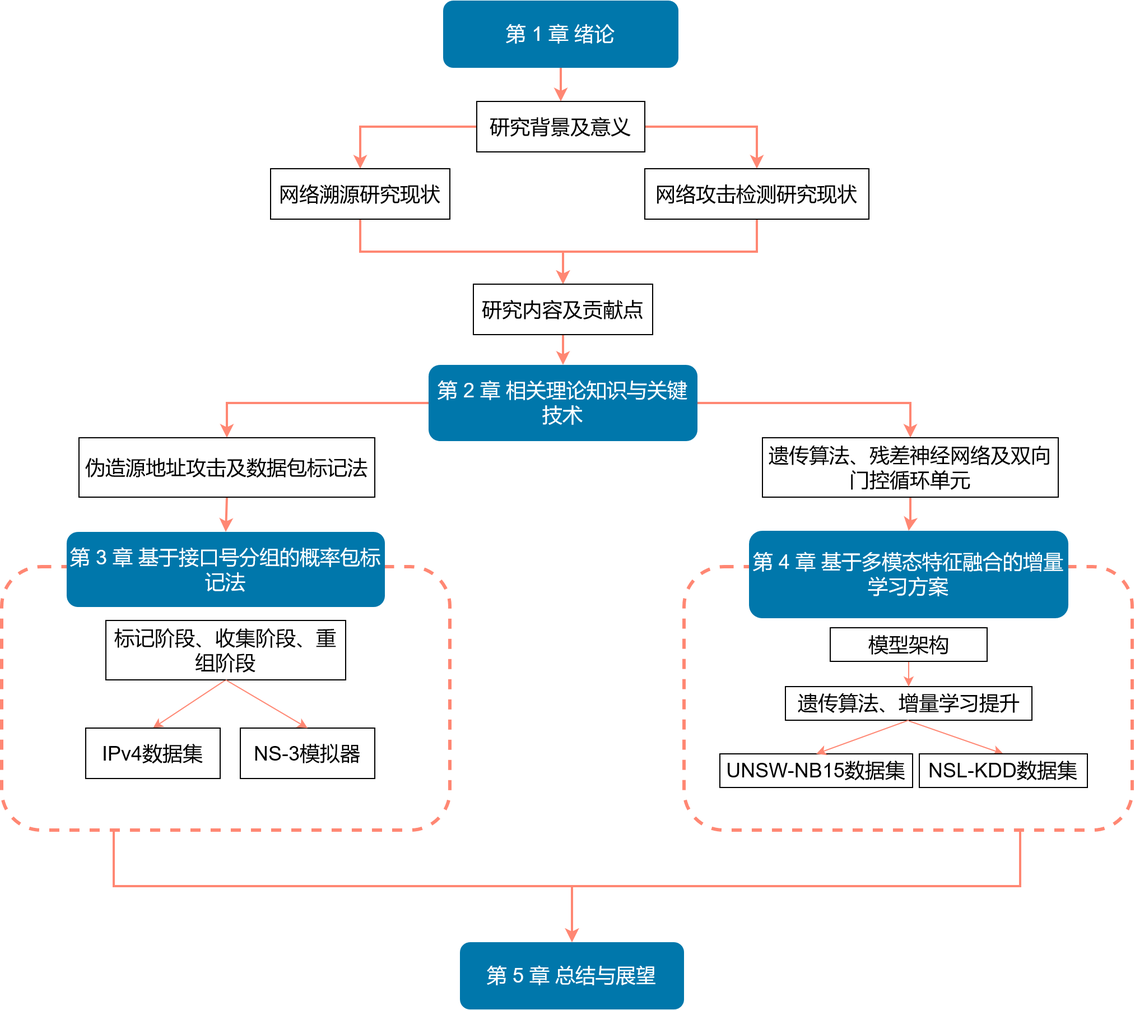
The draw.io diagram figures/paper_structure.drawio.png in henryang1833/zzuthesis, before a commit. Source tidied: cells renumbered, new cells last; positions are measured from the earlier drawing's top-left corner, leaving out a move shared by most shapes.
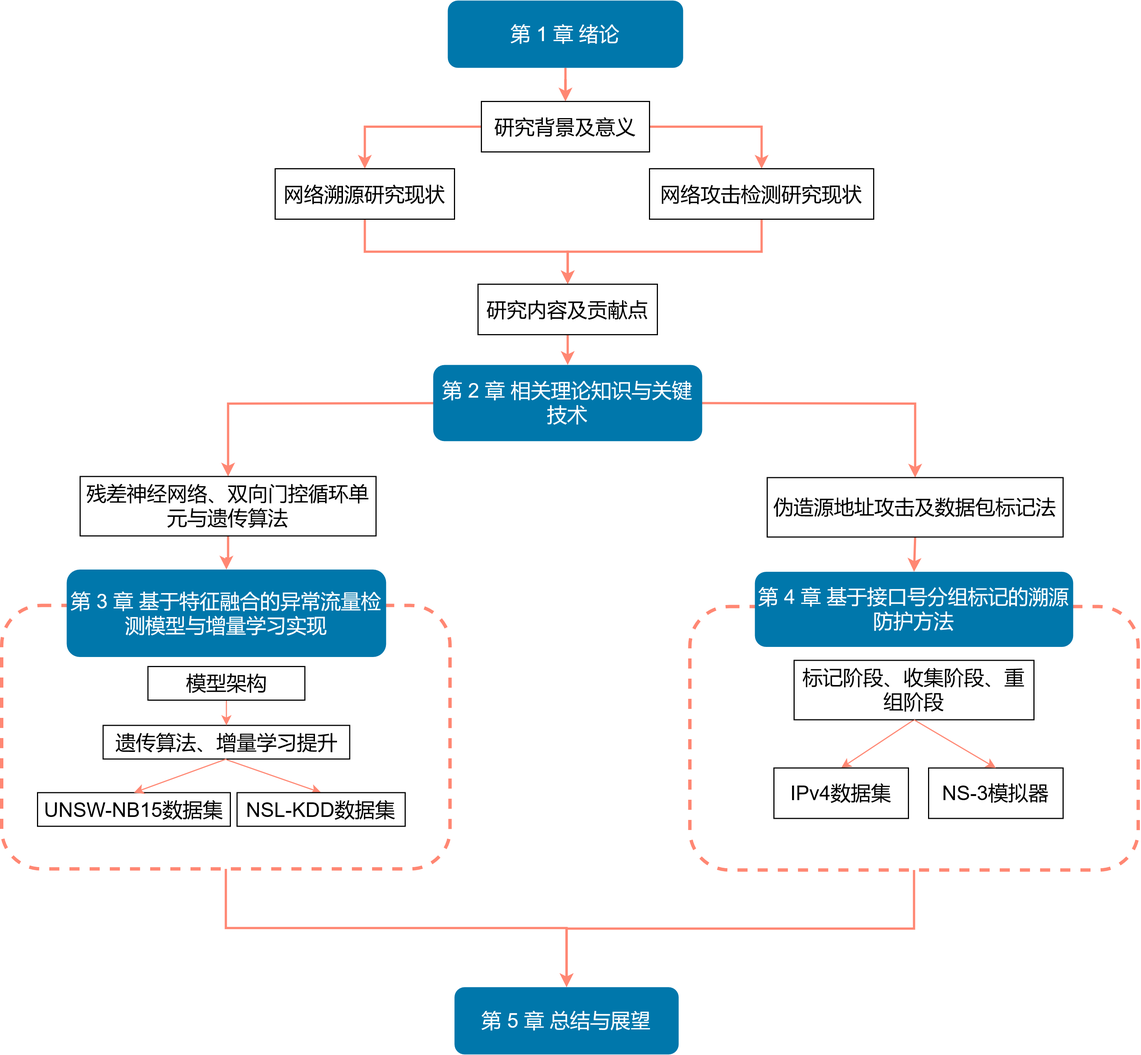
The same diagram one commit later.

Change to the diagram source:
```diff
@@ -2,18 +2,18 @@
   <root>
     <mxCell id="0" />
     <mxCell id="1" parent="0" />
+    <mxCell id="5" style="edgeStyle=orthogonalEdgeStyle;rounded=0;jettySize=auto;html=1;exitX=0.5;exitY=1;exitDx=0;exitDy=0;entryX=0.5;entryY=0;entryDx=0;entryDy=0;strokeColor=#FF8773;strokeWidth=2;" parent="1" edge="1" source="2" target="26">
+      <mxGeometry relative="1" as="geometry" />
+    </mxCell>
     <mxCell id="2" style="rounded=1;whiteSpace=wrap;html=1;fillColor=none;dashed=1;strokeWidth=3;strokeColor=#ff8773;fontSize=18;fontStyle=0;" parent="1" vertex="1">
-      <mxGeometry y="505" width="400" height="235" as="geometry" />
+      <mxGeometry x="610" y="540.5" width="400" height="235" as="geometry" />
     </mxCell>
-    <mxCell id="3" style="rounded=0;jettySize=auto;html=1;exitX=0.75;exitY=1;exitDx=0;exitDy=0;entryX=0.5;entryY=0;entryDx=0;entryDy=0;strokeColor=#ff8773;strokeWidth=2;fontSize=18;fontStyle=0;edgeStyle=orthogonalEdgeStyle;" parent="1" edge="1" source="4" target="26">
+    <mxCell id="3" style="edgeStyle=orthogonalEdgeStyle;rounded=0;jettySize=auto;html=1;exitX=0.5;exitY=1;exitDx=0;exitDy=0;entryX=0.5;entryY=0;entryDx=0;entryDy=0;strokeColor=#FF8773;strokeWidth=2;" parent="1" edge="1" source="4" target="26">
       <mxGeometry relative="1" as="geometry" />
     </mxCell>
     <mxCell id="4" style="rounded=1;whiteSpace=wrap;html=1;dashed=1;strokeWidth=3;fillColor=none;strokeColor=#ff8773;fontSize=18;fontStyle=0;" parent="1" vertex="1">
-      <mxGeometry x="609" y="505" width="400" height="235" as="geometry" />
+      <mxGeometry x="-4" y="539.5" width="400" height="235" as="geometry" />
     </mxCell>
-    <mxCell id="5" style="rounded=0;jettySize=auto;html=1;exitX=0.25;exitY=1;exitDx=0;exitDy=0;entryX=0.5;entryY=0;entryDx=0;entryDy=0;strokeColor=#ff8773;strokeWidth=2;fontSize=18;fontStyle=0;edgeStyle=orthogonalEdgeStyle;" parent="1" edge="1" source="2" target="26">
-      <mxGeometry relative="1" as="geometry" />
-    </mxCell>
     <mxCell id="6" style="edgeStyle=orthogonalEdgeStyle;rounded=0;jettySize=auto;html=1;strokeColor=#FF8773;strokeWidth=2;fontSize=18;fontStyle=0;" parent="1" edge="1" source="7" target="10">
       <mxGeometry relative="1" as="geometry" />
     </mxCell>
@@ -47,12 +47,16 @@
     <mxCell id="16" value="研究内容及贡献点" style="rounded=0;whiteSpace=wrap;html=1;strokeColor=#000000;fillColor=none;fontSize=18;fontStyle=0;" parent="1" vertex="1">
       <mxGeometry x="421" y="253" width="160" height="45" as="geometry" />
     </mxCell>
-    <mxCell id="17" style="edgeStyle=orthogonalEdgeStyle;rounded=0;jettySize=auto;html=1;exitX=0;exitY=0.5;exitDx=0;exitDy=0;entryX=0.5;entryY=0;entryDx=0;entryDy=0;strokeColor=#FF8773;strokeWidth=2;fontSize=18;fontStyle=0;" parent="1" edge="1" source="19" target="21">
-      <mxGeometry relative="1" as="geometry" />
-    </mxCell>
-    <mxCell id="18" style="edgeStyle=orthogonalEdgeStyle;rounded=0;jettySize=auto;html=1;exitX=1;exitY=0.5;exitDx=0;exitDy=0;entryX=0.5;entryY=0;entryDx=0;entryDy=0;strokeColor=#FF8773;strokeWidth=2;fontSize=18;fontStyle=0;" parent="1" edge="1" source="19" target="23">
-      <mxGeometry relative="1" as="geometry" />
-    </mxCell>
+    <mxCell id="39" style="edgeStyle=orthogonalEdgeStyle;rounded=0;jettySize=auto;html=1;exitX=1;exitY=0.5;exitDx=0;exitDy=0;entryX=0.5;entryY=0;entryDx=0;entryDy=0;strokeColor=#FF8773;strokeWidth=2;" parent="1" edge="1" target="21">
+      <mxGeometry relative="1" as="geometry">
+        <mxPoint x="608" y="359" as="sourcePoint" />
+      </mxGeometry>
+    </mxCell>
+    <mxCell id="40" style="edgeStyle=orthogonalEdgeStyle;rounded=0;jettySize=auto;html=1;exitX=0;exitY=0.5;exitDx=0;exitDy=0;entryX=0.5;entryY=0;entryDx=0;entryDy=0;strokeColor=#FF8773;strokeWidth=2;" parent="1" edge="1" target="23">
+      <mxGeometry relative="1" as="geometry">
+        <mxPoint x="413" y="359" as="sourcePoint" />
+      </mxGeometry>
+    </mxCell>
     <mxCell id="19" value="第 2 章 相关理论知识与关键技术" style="rounded=1;whiteSpace=wrap;html=1;fillColor=#0077AB;fontColor=#FFFFFF;strokeColor=none;fontSize=18;fontStyle=0;" parent="1" vertex="1">
       <mxGeometry x="381" y="325" width="240" height="68" as="geometry" />
     </mxCell>
@@ -60,55 +64,55 @@
       <mxGeometry relative="1" as="geometry" />
     </mxCell>
     <mxCell id="21" value="伪造源地址攻击及数据包标记法" style="rounded=0;whiteSpace=wrap;html=1;strokeColor=#000000;fillColor=none;fontSize=18;fontStyle=0;" parent="1" vertex="1">
-      <mxGeometry x="69" y="390" width="264" height="53" as="geometry" />
+      <mxGeometry x="679" y="425.5" width="264" height="53" as="geometry" />
     </mxCell>
     <mxCell id="22" style="edgeStyle=orthogonalEdgeStyle;rounded=0;jettySize=auto;html=1;exitX=0.5;exitY=1;exitDx=0;exitDy=0;strokeColor=#FF8773;strokeWidth=2;fontSize=18;fontStyle=0;" parent="1" edge="1" source="23" target="24">
       <mxGeometry relative="1" as="geometry" />
     </mxCell>
-    <mxCell id="23" value="遗传算法、残差神经网络及双向门控循环单元" style="rounded=0;whiteSpace=wrap;html=1;strokeColor=#000000;fillColor=none;fontSize=18;fontStyle=0;" parent="1" vertex="1">
-      <mxGeometry x="679" y="390" width="264" height="53" as="geometry" />
+    <mxCell id="23" value="残差神经网络、双向门控循环单元与遗传算法" style="rounded=0;whiteSpace=wrap;html=1;strokeColor=#000000;fillColor=none;fontSize=18;fontStyle=0;" parent="1" vertex="1">
+      <mxGeometry x="66" y="424.5" width="264" height="53" as="geometry" />
     </mxCell>
-    <mxCell id="24" value="第 4 章 基于多模态特征融合的增量学习方案" style="rounded=1;whiteSpace=wrap;html=1;fillColor=#0077AB;fontColor=#FFFFFF;strokeColor=none;fontSize=18;fontStyle=0;" parent="1" vertex="1">
-      <mxGeometry x="667" y="473" width="285" height="78" as="geometry" />
+    <mxCell id="24" value="第 3 章 基于特征融合的异常流量检测模型与增量学习实现" style="rounded=1;whiteSpace=wrap;html=1;fillColor=#0077AB;fontColor=#FFFFFF;strokeColor=none;fontSize=18;fontStyle=0;" parent="1" vertex="1">
+      <mxGeometry x="54" y="507.5" width="285" height="78" as="geometry" />
     </mxCell>
-    <mxCell id="25" value="第 3 章 基于接口号分组的概率包标记法" style="rounded=1;whiteSpace=wrap;html=1;fillColor=#0077AB;fontColor=#FFFFFF;strokeColor=none;fontSize=18;fontStyle=0;" parent="1" vertex="1">
-      <mxGeometry x="58" y="474" width="284" height="67" as="geometry" />
+    <mxCell id="25" value="第 4 章 基于接口号分组标记的溯源防护方法" style="rounded=1;whiteSpace=wrap;html=1;fillColor=#0077AB;fontColor=#FFFFFF;strokeColor=none;fontSize=18;fontStyle=0;" parent="1" vertex="1">
+      <mxGeometry x="668" y="509.5" width="284" height="67" as="geometry" />
     </mxCell>
     <mxCell id="26" value="第 5 章 总结与展望" style="rounded=1;whiteSpace=wrap;html=1;fillColor=#0077AB;fontColor=#FFFFFF;strokeColor=none;fontSize=18;fontStyle=0;" parent="1" vertex="1">
-      <mxGeometry x="409" y="840" width="200" height="60" as="geometry" />
+      <mxGeometry x="400" y="880" width="200" height="60" as="geometry" />
     </mxCell>
     <mxCell id="27" style="rounded=0;jettySize=auto;html=1;exitX=0.5;exitY=1;exitDx=0;exitDy=0;entryX=0.5;entryY=0;entryDx=0;entryDy=0;strokeColor=#FF8773;strokeWidth=1;fontSize=18;fontStyle=0;" parent="1" edge="1" source="28" target="29">
       <mxGeometry relative="1" as="geometry" />
     </mxCell>
     <mxCell id="28" value="标记阶段、收集阶段、重组阶段" style="rounded=0;whiteSpace=wrap;html=1;fontSize=18;fontStyle=0;" parent="1" vertex="1">
-      <mxGeometry x="93" y="553" width="214" height="53" as="geometry" />
+      <mxGeometry x="703" y="588.5" width="214" height="53" as="geometry" />
     </mxCell>
     <mxCell id="29" value="IPv4数据集" style="rounded=0;whiteSpace=wrap;html=1;fontSize=18;fontStyle=0;" parent="1" vertex="1">
-      <mxGeometry x="75" y="649" width="120" height="45" as="geometry" />
+      <mxGeometry x="685" y="684.5" width="120" height="45" as="geometry" />
     </mxCell>
     <mxCell id="30" style="rounded=0;jettySize=auto;html=1;exitX=0.501;exitY=1.022;exitDx=0;exitDy=0;entryX=0.5;entryY=0;entryDx=0;entryDy=0;strokeColor=#FF8773;strokeWidth=1;exitPerimeter=0;fontSize=18;fontStyle=0;" parent="1" edge="1" source="31" target="32">
       <mxGeometry relative="1" as="geometry" />
     </mxCell>
     <mxCell id="31" value="遗传算法、增量学习提升" style="rounded=0;whiteSpace=wrap;html=1;fontSize=18;fontStyle=0;" parent="1" vertex="1">
-      <mxGeometry x="699.5" y="612" width="220" height="30" as="geometry" />
+      <mxGeometry x="86.5" y="646.5" width="220" height="30" as="geometry" />
     </mxCell>
     <mxCell id="32" value="NSL-KDD数据集" style="rounded=0;whiteSpace=wrap;html=1;fontSize=18;fontStyle=0;" parent="1" vertex="1">
-      <mxGeometry x="819" y="672" width="150" height="30" as="geometry" />
+      <mxGeometry x="206" y="706.5" width="150" height="30" as="geometry" />
     </mxCell>
     <mxCell id="33" style="edgeStyle=orthogonalEdgeStyle;rounded=0;jettySize=auto;html=1;exitX=0.5;exitY=1;exitDx=0;exitDy=0;entryX=0.5;entryY=0;entryDx=0;entryDy=0;strokeColor=#FF8773;strokeWidth=1;fontSize=18;fontStyle=0;" parent="1" edge="1" source="34" target="31">
       <mxGeometry relative="1" as="geometry" />
     </mxCell>
     <mxCell id="34" value="模型架构" style="rounded=0;whiteSpace=wrap;html=1;fontSize=18;fontStyle=0;" parent="1" vertex="1">
-      <mxGeometry x="739.5" y="559.5" width="140" height="30" as="geometry" />
+      <mxGeometry x="126.5" y="594" width="140" height="30" as="geometry" />
     </mxCell>
     <mxCell id="35" value="NS-3模拟器" style="rounded=0;whiteSpace=wrap;html=1;fontSize=18;fontStyle=0;" parent="1" vertex="1">
-      <mxGeometry x="213" y="649" width="120" height="45" as="geometry" />
+      <mxGeometry x="823" y="684.5" width="120" height="45" as="geometry" />
     </mxCell>
     <mxCell id="36" style="rounded=0;jettySize=auto;html=1;exitX=0.5;exitY=1;exitDx=0;exitDy=0;strokeColor=#FF8773;strokeWidth=1;fontSize=18;fontStyle=0;entryX=0.5;entryY=0;entryDx=0;entryDy=0;" parent="1" edge="1" source="28" target="35">
       <mxGeometry relative="1" as="geometry" />
     </mxCell>
     <mxCell id="37" value="UNSW-NB15数据集" style="rounded=0;whiteSpace=wrap;html=1;fontSize=18;fontStyle=0;" parent="1" vertex="1">
-      <mxGeometry x="641" y="672" width="172" height="30" as="geometry" />
+      <mxGeometry x="28" y="706.5" width="172" height="30" as="geometry" />
     </mxCell>
     <mxCell id="38" style="rounded=0;jettySize=auto;html=1;exitX=0.5;exitY=1;exitDx=0;exitDy=0;entryX=0.5;entryY=0;entryDx=0;entryDy=0;strokeColor=#FF8773;strokeWidth=1;fontSize=18;fontStyle=0;" parent="1" edge="1" source="31" target="37">
       <mxGeometry relative="1" as="geometry" />
```
